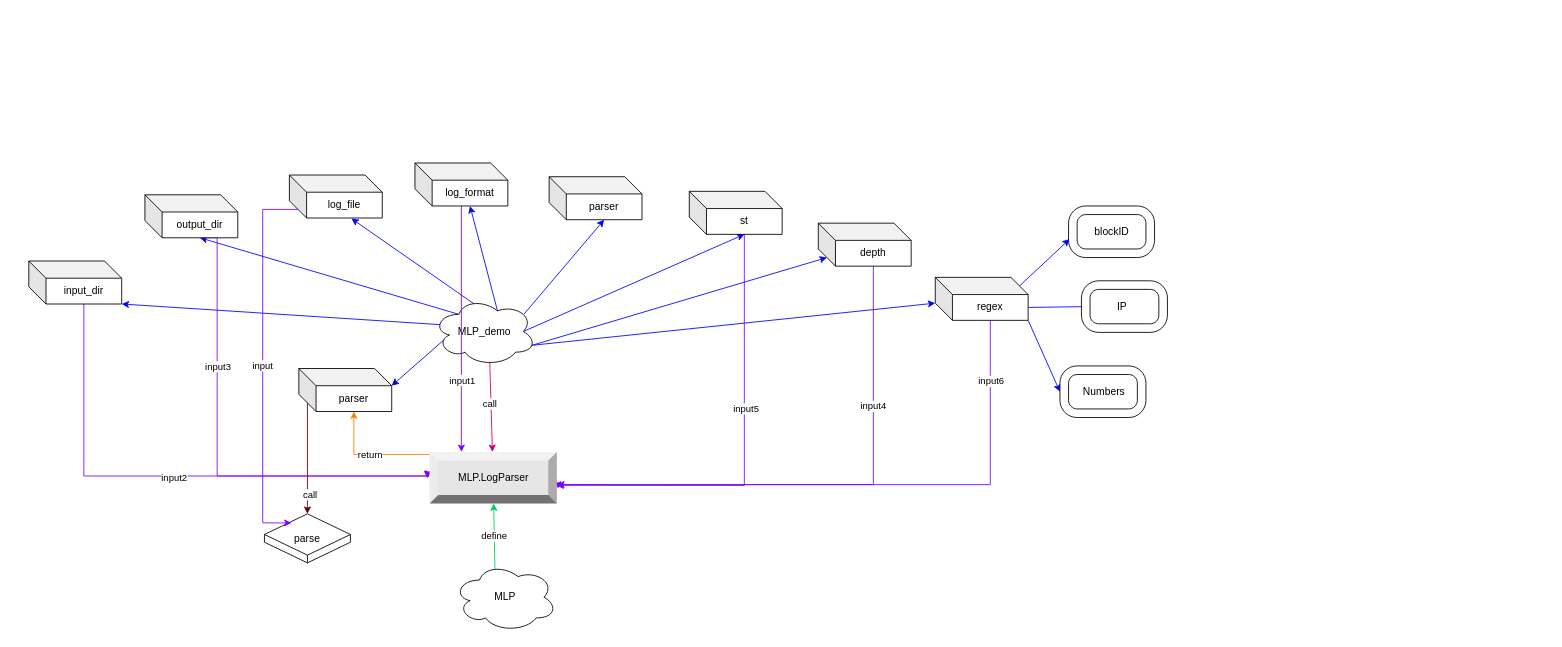
Before: MLPindependencies.drawio in ChengHongyun/MixedLogParser, a draw.io diagram. Source tidied: cells renumbered, new cells numbered last; positions are measured from the earlier drawing's top-left corner, leaving out a move shared by most shapes. Both pictures are drawn from the tidied source at 86%, with x=0, y=0 at pixel (28, 163).
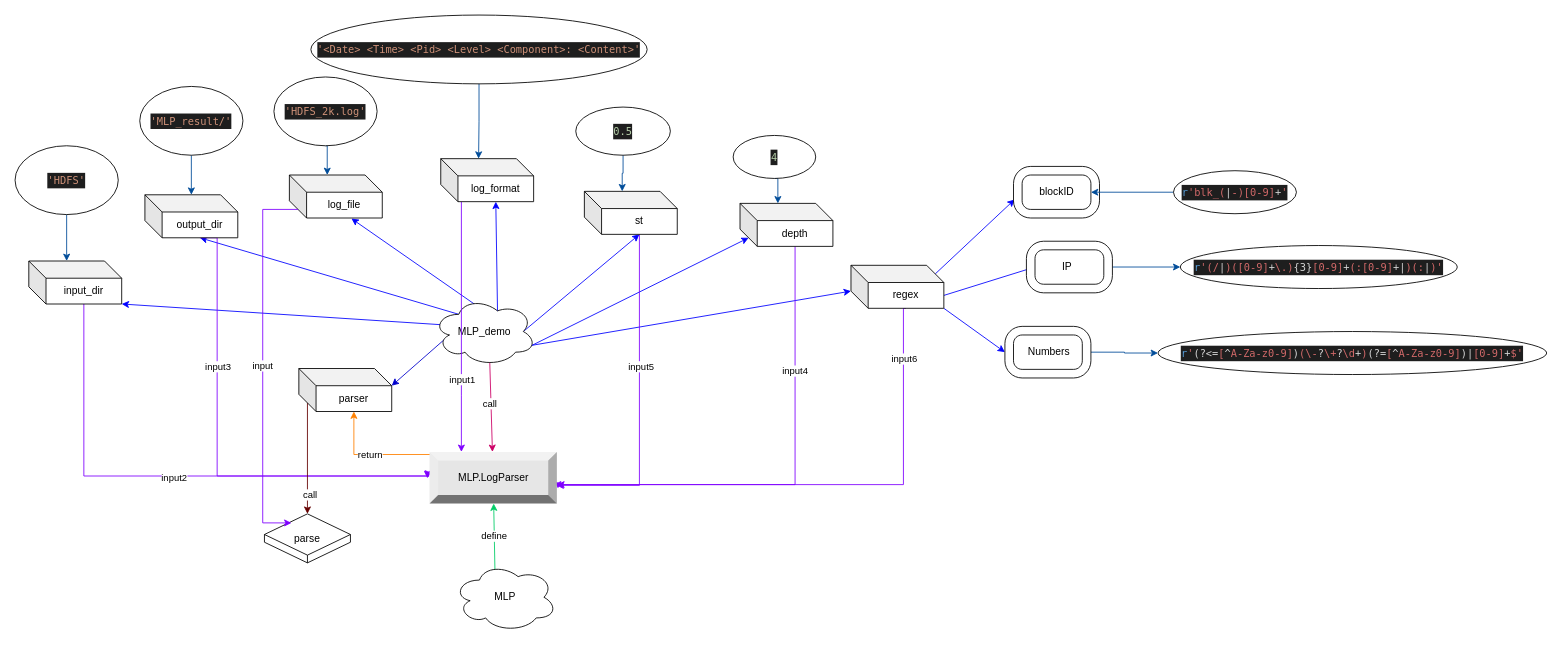
The same page after the edit.

The change refers to these unchanged cells:
```xml
<mxCell id="13" value="MLP_demo" style="ellipse;shape=cloud;whiteSpace=wrap;html=1;" parent="1" vertex="1">
  <mxGeometry x="470" y="156" width="120" height="80" as="geometry" />
</mxCell>
<mxCell id="16" value="&lt;font color=&quot;#000000&quot;&gt;input_dir&lt;/font&gt;" style="shape=cube;whiteSpace=wrap;html=1;boundedLbl=1;backgroundOutline=1;darkOpacity=0.05;darkOpacity2=0.1;fontColor=#67AB9F;" parent="1" vertex="1">
  <mxGeometry y="114" width="108" height="50" as="geometry" />
</mxCell>
<mxCell id="19" value="&lt;font color=&quot;#000000&quot;&gt;output_dir&lt;/font&gt;" style="shape=cube;whiteSpace=wrap;html=1;boundedLbl=1;backgroundOutline=1;darkOpacity=0.05;darkOpacity2=0.1;fontColor=#67AB9F;" parent="1" vertex="1">
  <mxGeometry x="135" y="37" width="108" height="50" as="geometry" />
</mxCell>
<mxCell id="20" value="&lt;font color=&quot;#000000&quot;&gt;&lt;span style=&quot;caret-color: rgb(0, 0, 0);&quot;&gt;log_file&lt;/span&gt;&lt;/font&gt;" style="shape=cube;whiteSpace=wrap;html=1;boundedLbl=1;backgroundOutline=1;darkOpacity=0.05;darkOpacity2=0.1;fontColor=#67AB9F;" parent="1" vertex="1">
  <mxGeometry x="303" y="14" width="108" height="50" as="geometry" />
</mxCell>
<mxCell id="43" value="MLP.LogParser" style="labelPosition=center;verticalLabelPosition=middle;align=center;html=1;shape=mxgraph.basic.shaded_button;dx=10;fillColor=#E6E6E6;strokeColor=none;fontColor=#000000;" parent="1" vertex="1">
  <mxGeometry x="466" y="336" width="148" height="60" as="geometry" />
</mxCell>
```

Diff of the diagram source:
```diff
@@
-    <mxCell id="6" style="edgeStyle=none;rounded=0;jettySize=auto;html=1;exitX=0.88;exitY=0.25;exitDx=0;exitDy=0;exitPerimeter=0;entryX=0;entryY=0;entryDx=64;entryDy=50;entryPerimeter=0;strokeColor=#0000FF;fontColor=#000000;" parent="1" edge="1" source="13" target="24">
-      <mxGeometry relative="1" as="geometry" />
-    </mxCell>
@@
     <mxCell id="23" value="&lt;font color=&quot;#000000&quot;&gt;&lt;span style=&quot;caret-color: rgb(0, 0, 0);&quot;&gt;log_format&lt;/span&gt;&lt;/font&gt;" style="shape=cube;whiteSpace=wrap;html=1;boundedLbl=1;backgroundOutline=1;darkOpacity=0.05;darkOpacity2=0.1;fontColor=#67AB9F;" parent="1" vertex="1">
-      <mxGeometry x="449" width="108" height="50" as="geometry" />
+      <mxGeometry x="479" y="-5" width="108" height="50" as="geometry" />
     </mxCell>
-    <mxCell id="24" value="&lt;font color=&quot;#000000&quot;&gt;&lt;span style=&quot;caret-color: rgb(0, 0, 0);&quot;&gt;parser&lt;/span&gt;&lt;/font&gt;" style="shape=cube;whiteSpace=wrap;html=1;boundedLbl=1;backgroundOutline=1;darkOpacity=0.05;darkOpacity2=0.1;fontColor=#67AB9F;" parent="1" vertex="1">
-      <mxGeometry x="605" y="16" width="108" height="50" as="geometry" />
-    </mxCell>
@@
     <mxCell id="27" value="&lt;font color=&quot;#000000&quot;&gt;&lt;span style=&quot;caret-color: rgb(0, 0, 0);&quot;&gt;st&lt;/span&gt;&lt;/font&gt;" style="shape=cube;whiteSpace=wrap;html=1;boundedLbl=1;backgroundOutline=1;darkOpacity=0.05;darkOpacity2=0.1;fontColor=#67AB9F;" parent="1" vertex="1">
-      <mxGeometry x="768" y="33" width="108" height="50" as="geometry" />
+      <mxGeometry x="646" y="33" width="108" height="50" as="geometry" />
     </mxCell>
@@
     <mxCell id="30" value="&lt;font color=&quot;#000000&quot;&gt;&lt;span style=&quot;caret-color: rgb(0, 0, 0);&quot;&gt;depth&lt;/span&gt;&lt;/font&gt;" style="shape=cube;whiteSpace=wrap;html=1;boundedLbl=1;backgroundOutline=1;darkOpacity=0.05;darkOpacity2=0.1;fontColor=#67AB9F;" parent="1" vertex="1">
-      <mxGeometry x="918" y="70" width="108" height="50" as="geometry" />
+      <mxGeometry x="827" y="47" width="108" height="50" as="geometry" />
     </mxCell>
@@
     <mxCell id="34" style="edgeStyle=orthogonalEdgeStyle;rounded=0;jettySize=auto;html=1;exitX=0;exitY=0;exitDx=64;exitDy=50;exitPerimeter=0;entryX=1.009;entryY=0.709;entryDx=0;entryDy=0;entryPerimeter=0;strokeColor=#7F00FF;fontColor=#000000;" parent="1" edge="1" source="36" target="43">
       <mxGeometry relative="1" as="geometry">
         <Array as="points">
-          <mxPoint x="1118" y="374" />
+          <mxPoint x="1017" y="169" />
+          <mxPoint x="1017" y="374" />
           <mxPoint x="615" y="374" />
         </Array>
       </mxGeometry>
     </mxCell>
@@
     <mxCell id="36" value="&lt;font color=&quot;#000000&quot;&gt;&lt;span style=&quot;caret-color: rgb(0, 0, 0);&quot;&gt;regex&lt;/span&gt;&lt;/font&gt;" style="shape=cube;whiteSpace=wrap;html=1;boundedLbl=1;backgroundOutline=1;darkOpacity=0.05;darkOpacity2=0.1;fontColor=#67AB9F;" parent="1" vertex="1">
-      <mxGeometry x="1054" y="133" width="108" height="50" as="geometry" />
+      <mxGeometry x="956" y="119" width="108" height="50" as="geometry" />
     </mxCell>
     <mxCell id="37" style="verticalLabelPosition=bottom;verticalAlign=top;html=1;shape=mxgraph.basic.rounded_frame;dx=10;fontColor=#000000;" parent="1" vertex="1">
-      <mxGeometry x="1209" y="50" width="100" height="60" as="geometry" />
+      <mxGeometry x="1145" y="4" width="100" height="60" as="geometry" />
     </mxCell>
     <mxCell id="38" value="blockID" style="text;html=1;align=center;verticalAlign=middle;strokeColor=none;fillColor=none;fontColor=#000000;" parent="1" vertex="1">
-      <mxGeometry x="1230" y="67" width="58" height="26" as="geometry" />
+      <mxGeometry x="1166" y="21" width="58" height="26" as="geometry" />
     </mxCell>
+    <mxCell id="53" style="edgeStyle=orthogonalEdgeStyle;rounded=0;jettySize=auto;html=1;exitX=1;exitY=0.5;exitDx=0;exitDy=0;exitPerimeter=0;strokeColor=#004C99;fontColor=#000000;startArrow=none;startFill=0;endArrow=classic;endFill=1;" parent="1" edge="1" source="39" target="69">
+      <mxGeometry relative="1" as="geometry" />
+    </mxCell>
     <mxCell id="39" style="verticalLabelPosition=bottom;verticalAlign=top;html=1;shape=mxgraph.basic.rounded_frame;dx=10;fontColor=#000000;" parent="1" vertex="1">
-      <mxGeometry x="1224" y="137" width="100" height="60" as="geometry" />
+      <mxGeometry x="1160" y="91" width="100" height="60" as="geometry" />
     </mxCell>
     <mxCell id="40" value="IP" style="text;html=1;align=center;verticalAlign=middle;strokeColor=none;fillColor=none;fontColor=#000000;" parent="1" vertex="1">
-      <mxGeometry x="1256" y="154" width="29" height="26" as="geometry" />
+      <mxGeometry x="1192" y="108" width="29" height="26" as="geometry" />
     </mxCell>
+    <mxCell id="54" style="edgeStyle=orthogonalEdgeStyle;rounded=0;jettySize=auto;html=1;exitX=1;exitY=0.5;exitDx=0;exitDy=0;exitPerimeter=0;entryX=0;entryY=0.5;entryDx=0;entryDy=0;strokeColor=#004C99;fontColor=#000000;startArrow=none;startFill=0;endArrow=classic;endFill=1;" parent="1" edge="1" source="41" target="70">
+      <mxGeometry relative="1" as="geometry" />
+    </mxCell>
     <mxCell id="41" style="verticalLabelPosition=bottom;verticalAlign=top;html=1;shape=mxgraph.basic.rounded_frame;dx=10;fontColor=#000000;" parent="1" vertex="1">
-      <mxGeometry x="1199" y="236" width="100" height="60" as="geometry" />
+      <mxGeometry x="1135" y="190" width="100" height="60" as="geometry" />
     </mxCell>
     <mxCell id="42" value="Numbers" style="text;html=1;align=center;verticalAlign=middle;strokeColor=none;fillColor=none;fontColor=#000000;" parent="1" vertex="1">
-      <mxGeometry x="1216" y="253" width="67" height="26" as="geometry" />
+      <mxGeometry x="1152" y="207" width="67" height="26" as="geometry" />
     </mxCell>
@@
+    <mxCell id="55" style="edgeStyle=orthogonalEdgeStyle;rounded=0;jettySize=auto;html=1;exitX=0.5;exitY=1;exitDx=0;exitDy=0;entryX=0;entryY=0;entryDx=44;entryDy=0;entryPerimeter=0;strokeColor=#004C99;fontColor=#000000;startArrow=none;startFill=0;endArrow=classic;endFill=1;" parent="1" edge="1" source="56" target="20">
+      <mxGeometry relative="1" as="geometry" />
+    </mxCell>
+    <mxCell id="56" value="&lt;div style=&quot;text-align: start; color: rgb(212, 212, 212); background-color: rgb(30, 30, 30); font-family: Menlo, Monaco, &amp;quot;Courier New&amp;quot;, monospace; line-height: 18px;&quot;&gt;&lt;span style=&quot;color: rgb(206, 145, 120);&quot;&gt;'HDFS_2k.log'&lt;/span&gt;&lt;/div&gt;" style="ellipse;whiteSpace=wrap;html=1;fontColor=#000000;" parent="1" vertex="1">
+      <mxGeometry x="285" y="-100" width="120" height="80" as="geometry" />
+    </mxCell>
+    <mxCell id="57" style="edgeStyle=orthogonalEdgeStyle;rounded=0;jettySize=auto;html=1;exitX=0.5;exitY=1;exitDx=0;exitDy=0;strokeColor=#004C99;fontColor=#000000;startArrow=none;startFill=0;endArrow=classic;endFill=1;" parent="1" edge="1" source="58" target="19">
+      <mxGeometry relative="1" as="geometry" />
+    </mxCell>
+    <mxCell id="58" value="&lt;div style=&quot;text-align: start; color: rgb(212, 212, 212); background-color: rgb(30, 30, 30); font-family: Menlo, Monaco, &amp;quot;Courier New&amp;quot;, monospace; line-height: 18px;&quot;&gt;&lt;div style=&quot;line-height: 18px;&quot;&gt;&lt;span style=&quot;color: rgb(206, 145, 120);&quot;&gt;'MLP_result/'&lt;/span&gt;&lt;/div&gt;&lt;/div&gt;" style="ellipse;whiteSpace=wrap;html=1;fontColor=#000000;" parent="1" vertex="1">
+      <mxGeometry x="129" y="-89" width="120" height="80" as="geometry" />
+    </mxCell>
+    <mxCell id="59" style="edgeStyle=orthogonalEdgeStyle;rounded=0;jettySize=auto;html=1;exitX=0.5;exitY=1;exitDx=0;exitDy=0;entryX=0;entryY=0;entryDx=44;entryDy=0;entryPerimeter=0;strokeColor=#004C99;fontColor=#000000;startArrow=none;startFill=0;endArrow=classic;endFill=1;" parent="1" edge="1" source="60" target="16">
+      <mxGeometry relative="1" as="geometry" />
+    </mxCell>
+    <mxCell id="60" value="&lt;div style=&quot;text-align: start; color: rgb(212, 212, 212); background-color: rgb(30, 30, 30); font-family: Menlo, Monaco, &amp;quot;Courier New&amp;quot;, monospace; line-height: 18px;&quot;&gt;&lt;div style=&quot;line-height: 18px;&quot;&gt;&lt;span style=&quot;color: rgb(206, 145, 120);&quot;&gt;'HDFS'&lt;/span&gt;&lt;br&gt;&lt;/div&gt;&lt;/div&gt;" style="ellipse;whiteSpace=wrap;html=1;fontColor=#000000;" parent="1" vertex="1">
+      <mxGeometry x="-16" y="-20" width="120" height="80" as="geometry" />
+    </mxCell>
+    <mxCell id="61" style="edgeStyle=orthogonalEdgeStyle;rounded=0;jettySize=auto;html=1;exitX=0.5;exitY=1;exitDx=0;exitDy=0;entryX=0;entryY=0;entryDx=44;entryDy=0;entryPerimeter=0;strokeColor=#004C99;fontColor=#000000;startArrow=none;startFill=0;endArrow=classic;endFill=1;" parent="1" edge="1" source="62" target="23">
+      <mxGeometry relative="1" as="geometry" />
+    </mxCell>
+    <mxCell id="62" value="&lt;div style=&quot;text-align: start; color: rgb(212, 212, 212); background-color: rgb(30, 30, 30); font-family: Menlo, Monaco, &amp;quot;Courier New&amp;quot;, monospace; line-height: 18px;&quot;&gt;&lt;div style=&quot;line-height: 18px;&quot;&gt;&lt;span style=&quot;color: rgb(206, 145, 120);&quot;&gt;'&amp;lt;Date&amp;gt; &amp;lt;Time&amp;gt; &amp;lt;Pid&amp;gt; &amp;lt;Level&amp;gt; &amp;lt;Component&amp;gt;: &amp;lt;Content&amp;gt;'&lt;/span&gt;&lt;/div&gt;&lt;/div&gt;" style="ellipse;whiteSpace=wrap;html=1;fontColor=#000000;" parent="1" vertex="1">
+      <mxGeometry x="328" y="-172" width="391" height="80" as="geometry" />
+    </mxCell>
+    <mxCell id="63" style="edgeStyle=orthogonalEdgeStyle;rounded=0;jettySize=auto;html=1;exitX=0.5;exitY=1;exitDx=0;exitDy=0;entryX=0;entryY=0;entryDx=44;entryDy=0;entryPerimeter=0;strokeColor=#004C99;fontColor=#000000;startArrow=none;startFill=0;endArrow=classic;endFill=1;" parent="1" edge="1" source="64" target="27">
+      <mxGeometry relative="1" as="geometry" />
+    </mxCell>
+    <mxCell id="64" value="&lt;div style=&quot;text-align: start; color: rgb(212, 212, 212); background-color: rgb(30, 30, 30); font-family: Menlo, Monaco, &amp;quot;Courier New&amp;quot;, monospace; line-height: 18px;&quot;&gt;&lt;div style=&quot;line-height: 18px;&quot;&gt;&lt;span style=&quot;caret-color: rgb(181, 206, 168); color: rgb(181, 206, 168);&quot;&gt;0.5&lt;/span&gt;&lt;br&gt;&lt;/div&gt;&lt;/div&gt;" style="ellipse;whiteSpace=wrap;html=1;fontColor=#000000;" parent="1" vertex="1">
+      <mxGeometry x="636" y="-65" width="110" height="56" as="geometry" />
+    </mxCell>
+    <mxCell id="65" style="edgeStyle=orthogonalEdgeStyle;rounded=0;jettySize=auto;html=1;exitX=0.5;exitY=1;exitDx=0;exitDy=0;entryX=0;entryY=0;entryDx=44;entryDy=0;entryPerimeter=0;strokeColor=#004C99;fontColor=#000000;startArrow=none;startFill=0;endArrow=classic;endFill=1;" parent="1" edge="1" source="66" target="30">
+      <mxGeometry relative="1" as="geometry" />
+    </mxCell>
+    <mxCell id="66" value="&lt;div style=&quot;text-align: start; color: rgb(212, 212, 212); background-color: rgb(30, 30, 30); font-family: Menlo, Monaco, &amp;quot;Courier New&amp;quot;, monospace; line-height: 18px;&quot;&gt;&lt;div style=&quot;line-height: 18px;&quot;&gt;&lt;span style=&quot;caret-color: rgb(181, 206, 168); color: rgb(181, 206, 168);&quot;&gt;4&lt;/span&gt;&lt;br&gt;&lt;/div&gt;&lt;/div&gt;" style="ellipse;whiteSpace=wrap;html=1;fontColor=#000000;" parent="1" vertex="1">
+      <mxGeometry x="819" y="-32" width="96" height="50" as="geometry" />
+    </mxCell>
+    <mxCell id="67" style="edgeStyle=orthogonalEdgeStyle;rounded=0;jettySize=auto;html=1;exitX=0;exitY=0.5;exitDx=0;exitDy=0;entryX=1;entryY=0.5;entryDx=-10;entryDy=0;entryPerimeter=0;strokeColor=#004C99;fontColor=#000000;startArrow=none;startFill=0;endArrow=classic;endFill=1;" parent="1" edge="1" source="68" target="37">
+      <mxGeometry relative="1" as="geometry" />
+    </mxCell>
+    <mxCell id="68" value="&lt;div style=&quot;text-align: start; color: rgb(212, 212, 212); background-color: rgb(30, 30, 30); font-family: Menlo, Monaco, &amp;quot;Courier New&amp;quot;, monospace; line-height: 18px;&quot;&gt;&lt;div style=&quot;line-height: 18px;&quot;&gt;&lt;div style=&quot;line-height: 18px;&quot;&gt;&lt;span style=&quot;color: rgb(86, 156, 214);&quot;&gt;r&lt;/span&gt;&lt;span style=&quot;color: rgb(209, 105, 105);&quot;&gt;'blk_(&lt;/span&gt;|&lt;span style=&quot;color: rgb(209, 105, 105);&quot;&gt;-)[0-9]&lt;/span&gt;+&lt;span style=&quot;color: rgb(209, 105, 105);&quot;&gt;'&lt;/span&gt;&lt;/div&gt;&lt;/div&gt;&lt;/div&gt;" style="ellipse;whiteSpace=wrap;html=1;fontColor=#000000;" parent="1" vertex="1">
+      <mxGeometry x="1331" y="9" width="143" height="50" as="geometry" />
+    </mxCell>
+    <mxCell id="69" value="&lt;div style=&quot;text-align: start; color: rgb(212, 212, 212); background-color: rgb(30, 30, 30); font-family: Menlo, Monaco, &amp;quot;Courier New&amp;quot;, monospace; line-height: 18px;&quot;&gt;&lt;div style=&quot;line-height: 18px;&quot;&gt;&lt;div style=&quot;line-height: 18px;&quot;&gt;&lt;div style=&quot;line-height: 18px;&quot;&gt;&lt;span style=&quot;color: rgb(86, 156, 214);&quot;&gt;r&lt;/span&gt;&lt;span style=&quot;color: rgb(209, 105, 105);&quot;&gt;'(/&lt;/span&gt;|&lt;span style=&quot;color: rgb(209, 105, 105);&quot;&gt;)([0-9]&lt;/span&gt;+&lt;span style=&quot;color: rgb(209, 105, 105);&quot;&gt;\.)&lt;/span&gt;{3}&lt;span style=&quot;color: rgb(209, 105, 105);&quot;&gt;[0-9]&lt;/span&gt;+&lt;span style=&quot;color: rgb(209, 105, 105);&quot;&gt;(:[0-9]&lt;/span&gt;+|&lt;span style=&quot;color: rgb(209, 105, 105);&quot;&gt;)(:&lt;/span&gt;|&lt;span style=&quot;color: rgb(209, 105, 105);&quot;&gt;)'&lt;/span&gt;&lt;/div&gt;&lt;/div&gt;&lt;/div&gt;&lt;/div&gt;" style="ellipse;whiteSpace=wrap;html=1;fontColor=#000000;" parent="1" vertex="1">
+      <mxGeometry x="1339" y="96" width="322" height="50" as="geometry" />
+    </mxCell>
+    <mxCell id="70" value="&lt;div style=&quot;text-align: start; color: rgb(212, 212, 212); background-color: rgb(30, 30, 30); font-family: Menlo, Monaco, &amp;quot;Courier New&amp;quot;, monospace; line-height: 18px;&quot;&gt;&lt;div style=&quot;line-height: 18px;&quot;&gt;&lt;div style=&quot;line-height: 18px;&quot;&gt;&lt;div style=&quot;line-height: 18px;&quot;&gt;&lt;div style=&quot;line-height: 18px;&quot;&gt;&lt;span style=&quot;color: rgb(86, 156, 214);&quot;&gt;r&lt;/span&gt;&lt;span style=&quot;color: rgb(209, 105, 105);&quot;&gt;'&lt;/span&gt;(?&amp;lt;=&lt;span style=&quot;color: rgb(209, 105, 105);&quot;&gt;[&lt;/span&gt;^&lt;span style=&quot;color: rgb(209, 105, 105);&quot;&gt;A-Za-z0-9]&lt;/span&gt;)&lt;span style=&quot;color: rgb(209, 105, 105);&quot;&gt;(\-&lt;/span&gt;?&lt;span style=&quot;color: rgb(209, 105, 105);&quot;&gt;\+&lt;/span&gt;?&lt;span style=&quot;color: rgb(209, 105, 105);&quot;&gt;\d&lt;/span&gt;+&lt;span style=&quot;color: rgb(209, 105, 105);&quot;&gt;)&lt;/span&gt;(?=&lt;span style=&quot;color: rgb(209, 105, 105);&quot;&gt;[&lt;/span&gt;^&lt;span style=&quot;color: rgb(209, 105, 105);&quot;&gt;A-Za-z0-9]&lt;/span&gt;)|&lt;span style=&quot;color: rgb(209, 105, 105);&quot;&gt;[0-9]&lt;/span&gt;+&lt;span style=&quot;color: rgb(209, 105, 105);&quot;&gt;$'&lt;/span&gt;&lt;/div&gt;&lt;/div&gt;&lt;/div&gt;&lt;/div&gt;&lt;/div&gt;" style="ellipse;whiteSpace=wrap;html=1;fontColor=#000000;" parent="1" vertex="1">
+      <mxGeometry x="1313" y="196" width="452" height="50" as="geometry" />
+    </mxCell>
```
